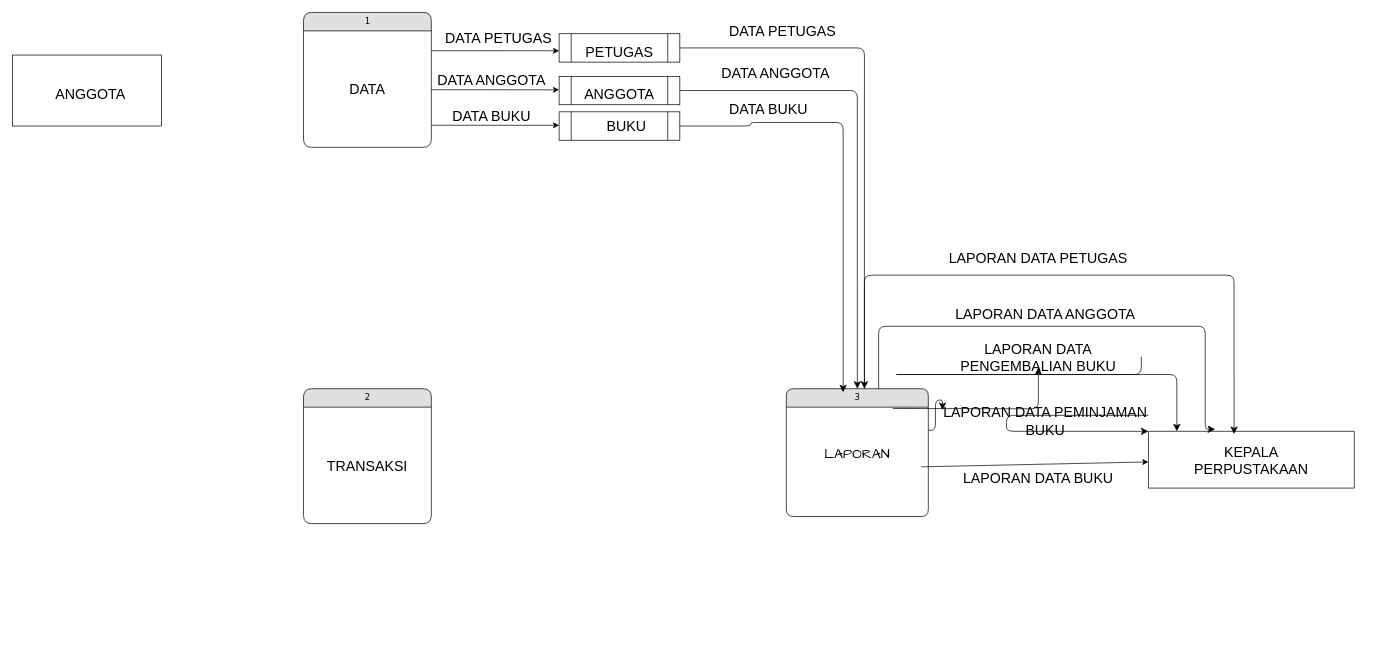
Before: Untitled Diagram.drawio in htmledan/introduction-to-github, a draw.io diagram. Source tidied: cells renumbered, new cells numbered last; positions are measured from the earlier drawing's top-left corner, leaving out a move shared by most shapes. Both pictures are drawn from the tidied source at 71%, with x=0, y=0 at pixel (12, 12).
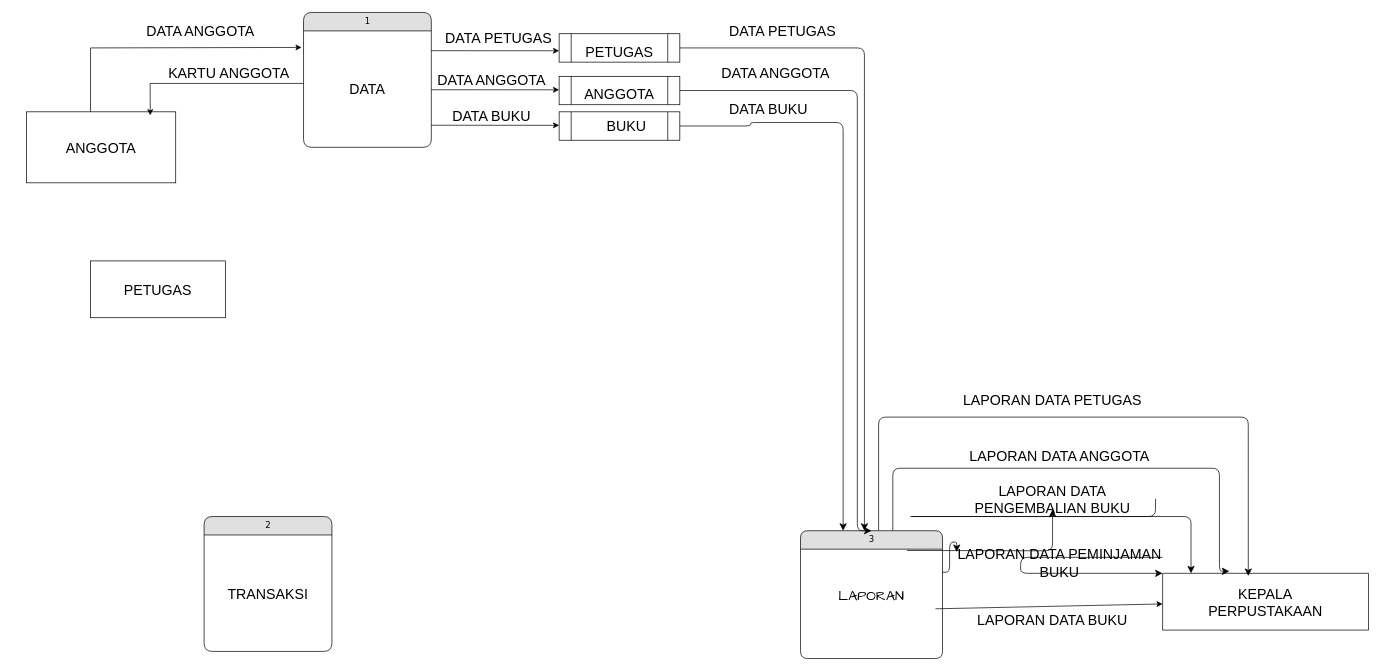
Above is the later version.

The change refers to these unchanged cells:
```xml
<mxCell id="3" value="TRANSAKSI" style="text;html=1;align=center;verticalAlign=middle;whiteSpace=wrap;rounded=0;fontSize=20;" parent="2" vertex="1">
  <mxGeometry y="26" width="180" height="164" as="geometry" />
</mxCell>
<mxCell id="14" value="DATA" style="text;html=1;align=center;verticalAlign=middle;whiteSpace=wrap;rounded=0;fontSize=20;" parent="13" vertex="1">
  <mxGeometry y="26" width="180" height="164" as="geometry" />
</mxCell>
<mxCell id="27" style="shape=process;whiteSpace=wrap;html=1;backgroundOutline=1;" parent="1" vertex="1">
  <mxGeometry x="770" y="140" width="170" height="40" as="geometry" />
</mxCell>
```

What changed in the source:
```diff
@@
     <mxCell id="2" value="2" style="swimlane;html=1;fontStyle=0;horizontal=1;startSize=26;fillColor=#e0e0e0;swimlaneFillColor=#ffffff;align=center;rounded=1;shadow=0;comic=0;labelBackgroundColor=none;strokeWidth=1;fontFamily=Verdana;fontSize=12;" parent="1" vertex="1">
-      <mxGeometry x="410" y="530" width="180" height="190" as="geometry" />
+      <mxGeometry x="270" y="710" width="180" height="190" as="geometry" />
     </mxCell>
@@
+    <mxCell id="42" style="edgeStyle=none;rounded=0;orthogonalLoop=1;jettySize=auto;html=1;exitX=0.25;exitY=0;exitDx=0;exitDy=0;" parent="2" edge="1" source="3" target="3">
+      <mxGeometry relative="1" as="geometry" />
+    </mxCell>
     <mxCell id="4" value="3" style="swimlane;html=1;fontStyle=0;horizontal=1;startSize=26;fillColor=#e0e0e0;swimlaneFillColor=#ffffff;align=center;rounded=1;shadow=0;comic=0;labelBackgroundColor=none;strokeWidth=1;fontFamily=Verdana;fontSize=12;arcSize=13;" parent="1" vertex="1">
-      <mxGeometry x="1090" y="530" width="200" height="180" as="geometry" />
+      <mxGeometry x="1110" y="730" width="200" height="180" as="geometry" />
     </mxCell>
@@
     <mxCell id="7" style="edgeStyle=orthogonalEdgeStyle;html=1;exitX=1;exitY=0.25;labelBackgroundColor=none;startFill=0;startSize=8;endFill=1;endSize=8;fontFamily=Verdana;fontSize=12;entryX=0;entryY=0;entryDx=0;entryDy=0;exitDx=0;exitDy=0;" parent="1" edge="1" source="20" target="9">
       <mxGeometry relative="1" as="geometry">
         <Array as="points">
-          <mxPoint x="1400" y="590" />
+          <mxPoint x="1420" y="790" />
         </Array>
       </mxGeometry>
     </mxCell>
     <mxCell id="8" style="edgeStyle=orthogonalEdgeStyle;html=1;exitX=1;exitY=0.5;labelBackgroundColor=none;startFill=0;startSize=8;endFill=1;endSize=8;fontFamily=Verdana;fontSize=12;entryX=0.324;entryY=-0.036;entryDx=0;entryDy=0;entryPerimeter=0;" parent="1" edge="1" target="9">
       <mxGeometry relative="1" as="geometry">
-        <mxPoint x="1220" y="529.8" as="sourcePoint" />
+        <mxPoint x="1240" y="729.8" as="sourcePoint" />
         <Array as="points">
-          <mxPoint x="1220" y="442" />
-          <mxPoint x="1680" y="442" />
-          <mxPoint x="1680" y="587" />
+          <mxPoint x="1240" y="642" />
+          <mxPoint x="1700" y="642" />
+          <mxPoint x="1700" y="787" />
         </Array>
       </mxGeometry>
     </mxCell>
     <mxCell id="9" style="swimlane;startSize=0;" parent="1" vertex="1">
-      <mxGeometry x="1600" y="590" width="290" height="80" as="geometry" />
+      <mxGeometry x="1620" y="790" width="290" height="80" as="geometry" />
     </mxCell>
@@
     <mxCell id="11" style="edgeStyle=orthogonalEdgeStyle;html=1;exitX=1;exitY=0.5;labelBackgroundColor=none;startFill=0;startSize=8;endFill=1;endSize=8;fontFamily=Verdana;fontSize=12;entryX=0.416;entryY=0.047;entryDx=0;entryDy=0;entryPerimeter=0;" parent="1" edge="1" target="9">
       <mxGeometry relative="1" as="geometry">
-        <mxPoint x="1200" y="529.8" as="sourcePoint" />
+        <mxPoint x="1220" y="729.8" as="sourcePoint" />
         <Array as="points">
-          <mxPoint x="1200" y="370" />
-          <mxPoint x="1720" y="370" />
+          <mxPoint x="1220" y="570" />
+          <mxPoint x="1740" y="570" />
         </Array>
       </mxGeometry>
     </mxCell>
     <mxCell id="12" style="edgeStyle=none;rounded=0;jettySize=auto;html=1;" parent="1" edge="1" target="9">
       <mxGeometry relative="1" as="geometry">
-        <mxPoint x="1280" y="640" as="sourcePoint" />
+        <mxPoint x="1300" y="840" as="sourcePoint" />
       </mxGeometry>
     </mxCell>
@@
     <mxCell id="15" style="rounded=0;whiteSpace=wrap;html=1;" parent="1" vertex="1">
-      <mxGeometry y="60" width="210" height="100" as="geometry" />
+      <mxGeometry x="20" y="140" width="210" height="100" as="geometry" />
     </mxCell>
     <mxCell id="16" value="ANGGOTA" style="text;html=1;align=center;verticalAlign=middle;whiteSpace=wrap;rounded=0;fontSize=20;" parent="1" vertex="1">
-      <mxGeometry x="60" y="100" width="100" height="30" as="geometry" />
+      <mxGeometry x="75" y="175" width="100" height="30" as="geometry" />
     </mxCell>
     <mxCell id="17" value="LAPORAN DATA PETUGAS" style="text;html=1;align=center;verticalAlign=middle;whiteSpace=wrap;rounded=0;fontSize=20;" parent="1" vertex="1">
-      <mxGeometry x="1300" y="330" width="290" height="30" as="geometry" />
+      <mxGeometry x="1320" y="530" width="290" height="30" as="geometry" />
     </mxCell>
     <mxCell id="18" value="LAPORAN DATA ANGGOTA" style="text;html=1;align=center;verticalAlign=middle;whiteSpace=wrap;rounded=0;fontSize=20;" parent="1" vertex="1">
-      <mxGeometry x="1310" y="410" width="290" height="30" as="geometry" />
+      <mxGeometry x="1330" y="610" width="290" height="30" as="geometry" />
     </mxCell>
@@
     <mxCell id="20" value="LAPORAN DATA PEMINJAMAN BUKU" style="text;html=1;align=center;verticalAlign=middle;whiteSpace=wrap;rounded=0;fontSize=20;" parent="1" vertex="1">
-      <mxGeometry x="1310" y="560" width="290" height="30" as="geometry" />
+      <mxGeometry x="1330" y="760" width="290" height="30" as="geometry" />
     </mxCell>
     <mxCell id="21" value="LAPORAN DATA BUKU" style="text;html=1;align=center;verticalAlign=middle;whiteSpace=wrap;rounded=0;fontSize=20;" parent="1" vertex="1">
-      <mxGeometry x="1300" y="640" width="290" height="30" as="geometry" />
+      <mxGeometry x="1320" y="840" width="290" height="30" as="geometry" />
     </mxCell>
     <mxCell id="22" style="edgeStyle=orthogonalEdgeStyle;html=1;exitX=1;exitY=0.5;labelBackgroundColor=none;startFill=0;startSize=8;endFill=1;endSize=8;fontFamily=Verdana;fontSize=12;" parent="1" edge="1" source="24">
       <mxGeometry relative="1" as="geometry">
-        <mxPoint x="1640" y="590" as="targetPoint" />
+        <mxPoint x="1660" y="790" as="targetPoint" />
         <Array as="points">
-          <mxPoint x="1240" y="510" />
-          <mxPoint x="1640" y="510" />
-          <mxPoint x="1640" y="615" />
+          <mxPoint x="1260" y="710" />
+          <mxPoint x="1660" y="710" />
+          <mxPoint x="1660" y="815" />
         </Array>
       </mxGeometry>
     </mxCell>
     <mxCell id="23" style="edgeStyle=orthogonalEdgeStyle;html=1;exitX=1;exitY=0.5;labelBackgroundColor=none;startFill=0;startSize=8;endFill=1;endSize=8;fontFamily=Verdana;fontSize=12;" parent="1" edge="1" target="24">
       <mxGeometry relative="1" as="geometry">
-        <mxPoint x="1240" y="557.8" as="sourcePoint" />
+        <mxPoint x="1260" y="757.8" as="sourcePoint" />
       </mxGeometry>
     </mxCell>
     <mxCell id="24" value="LAPORAN DATA PENGEMBALIAN BUKU" style="text;html=1;align=center;verticalAlign=middle;whiteSpace=wrap;rounded=0;fontSize=20;" parent="1" vertex="1">
-      <mxGeometry x="1300" y="470" width="290" height="30" as="geometry" />
+      <mxGeometry x="1320" y="670" width="290" height="30" as="geometry" />
     </mxCell>
@@
-    <mxCell id="36" style="edgeStyle=orthogonalEdgeStyle;html=1;labelBackgroundColor=none;startFill=0;startSize=8;endFill=1;endSize=8;fontFamily=Verdana;fontSize=12;entryX=1;entryY=0.5;entryDx=0;entryDy=0;strokeColor=default;exitX=1;exitY=0.5;exitDx=0;exitDy=0;" parent="1" edge="1" source="27">
+    <mxCell id="36" style="edgeStyle=orthogonalEdgeStyle;html=1;labelBackgroundColor=none;startFill=0;startSize=8;endFill=1;endSize=8;fontFamily=Verdana;fontSize=12;strokeColor=default;exitX=1;exitY=0.5;exitDx=0;exitDy=0;" parent="1" edge="1" source="27" target="4">
       <mxGeometry relative="1" as="geometry">
-        <mxPoint x="1170" y="535" as="targetPoint" />
         <Array as="points">
           <mxPoint x="1040" y="160" />
           <mxPoint x="1040" y="155" />
           <mxPoint x="1170" y="155" />
         </Array>
       </mxGeometry>
     </mxCell>
@@
+    <mxCell id="43" style="rounded=0;whiteSpace=wrap;html=1;" parent="1" vertex="1">
+      <mxGeometry x="110" y="350" width="190" height="80" as="geometry" />
+    </mxCell>
+    <mxCell id="44" value="PETUGAS" style="text;html=1;align=center;verticalAlign=middle;whiteSpace=wrap;rounded=0;fontSize=20;" parent="1" vertex="1">
+      <mxGeometry x="155" y="375" width="100" height="30" as="geometry" />
+    </mxCell>
+    <mxCell id="45" style="endArrow=classic;html=1;rounded=0;exitX=0.5;exitY=0;exitDx=0;exitDy=0;entryX=-0.015;entryY=0.142;entryDx=0;entryDy=0;entryPerimeter=0;" parent="1" edge="1" target="14">
+      <mxGeometry relative="1" as="geometry">
+        <mxPoint x="110" y="140" as="sourcePoint" />
+        <Array as="points">
+          <mxPoint x="110" y="50" />
+        </Array>
+      </mxGeometry>
+    </mxCell>
+    <mxCell id="46" style="endArrow=classic;html=1;rounded=0;exitX=0.01;exitY=0.413;exitDx=0;exitDy=0;exitPerimeter=0;entryX=0.829;entryY=0.049;entryDx=0;entryDy=0;entryPerimeter=0;" parent="1" edge="1" target="15">
+      <mxGeometry relative="1" as="geometry">
+        <mxPoint x="410" y="100" as="sourcePoint" />
+        <Array as="points">
+          <mxPoint x="194" y="100" />
+        </Array>
+      </mxGeometry>
+    </mxCell>
+    <mxCell id="47" value="DATA ANGGOTA" style="text;html=1;align=center;verticalAlign=middle;whiteSpace=wrap;rounded=0;fontSize=20;" parent="1" vertex="1">
+      <mxGeometry x="120" y="10" width="290" height="30" as="geometry" />
+    </mxCell>
+    <mxCell id="48" value="KARTU ANGGOTA" style="text;html=1;align=center;verticalAlign=middle;whiteSpace=wrap;rounded=0;fontSize=20;" parent="1" vertex="1">
+      <mxGeometry x="160" y="70" width="290" height="30" as="geometry" />
+    </mxCell>
```
